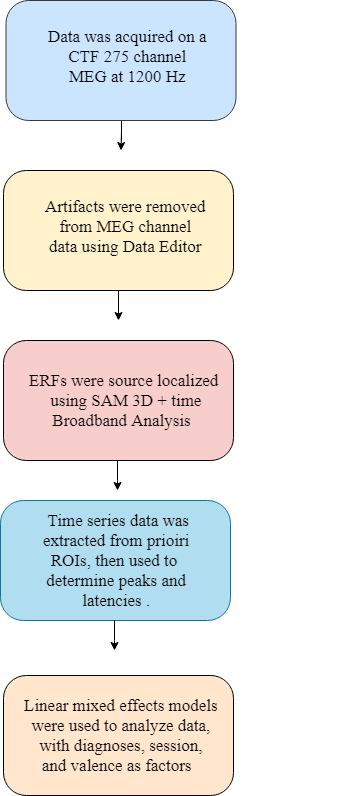
The draw.io diagram Methods_Flowchart.png in linneasf/jupyter, before a commit. Source tidied: cells renumbered, new cells last; positions are measured from the earlier drawing's top-left corner, leaving out a move shared by most shapes. Source of this version:
```xml
<mxGraphModel>
  <root>
    <mxCell id="0" />
    <mxCell id="1" parent="0" />
    <mxCell id="2" style="group;" parent="1" vertex="1">
      <mxGeometry width="353" height="795" as="geometry" />
    </mxCell>
    <mxCell id="3" style="group;" parent="2" vertex="1">
      <mxGeometry x="3" y="675" width="245" height="120" as="geometry" />
    </mxCell>
    <mxCell id="4" style="rounded=1;fillColor=#ffe6cc;strokeColor=#000000;arcSize=19;whiteSpace=wrap;html=1;" parent="3" vertex="1">
      <mxGeometry width="230" height="120" as="geometry" />
    </mxCell>
    <mxCell id="5" value="&lt;span style=&quot;font-size: 17px&quot;&gt;Linear mixed effects models &lt;br&gt;were used to analyze data, &lt;br&gt;with diagnoses, session, &lt;br&gt;and valence as factors&amp;nbsp; &amp;nbsp;&lt;/span&gt;" style="text;html=1;align=center;verticalAlign=middle;fillColor=none;strokeColor=none;rounded=0;fontFamily=Maple;" parent="3" vertex="1">
      <mxGeometry x="15" y="25" width="210" height="70" as="geometry" />
    </mxCell>
    <mxCell id="6" style="group;" parent="2" vertex="1">
      <mxGeometry x="3" y="170" width="230" height="150" as="geometry" />
    </mxCell>
    <mxCell id="7" style="edgeStyle=orthogonalEdgeStyle;rounded=0;jettySize=auto;html=1;" parent="6" edge="1" source="9">
      <mxGeometry relative="1" as="geometry">
        <mxPoint x="115" y="150" as="targetPoint" />
      </mxGeometry>
    </mxCell>
    <mxCell id="8" style="group;" parent="6" vertex="1">
      <mxGeometry width="230" height="120" as="geometry" />
    </mxCell>
    <mxCell id="9" style="rounded=1;fillColor=#fff2cc;strokeColor=#000000;arcSize=19;whiteSpace=wrap;html=1;" parent="8" vertex="1">
      <mxGeometry width="230" height="120" as="geometry" />
    </mxCell>
    <mxCell id="10" value="&lt;div style=&quot;text-align: center&quot;&gt;&lt;span style=&quot;font-size: 17px ; font-family: &amp;#34;maple&amp;#34;&quot;&gt;Artifacts were removed&lt;/span&gt;&lt;/div&gt;&lt;div style=&quot;text-align: center&quot;&gt;&lt;span style=&quot;font-size: 17px ; font-family: &amp;#34;maple&amp;#34;&quot;&gt;&amp;nbsp;from&amp;nbsp;&lt;/span&gt;&lt;span style=&quot;font-size: 17px ; font-family: &amp;#34;maple&amp;#34;&quot;&gt;MEG&amp;nbsp;&lt;/span&gt;&lt;span style=&quot;font-family: &amp;#34;maple&amp;#34; ; font-size: 17px&quot;&gt;channel&amp;nbsp;&lt;/span&gt;&lt;/div&gt;&lt;div style=&quot;text-align: center&quot;&gt;&lt;span style=&quot;font-family: &amp;#34;maple&amp;#34; ; font-size: 17px&quot;&gt;data&amp;nbsp;&lt;/span&gt;&lt;span style=&quot;font-size: 17px ; font-family: &amp;#34;maple&amp;#34;&quot;&gt;using&amp;nbsp;&lt;/span&gt;&lt;span style=&quot;font-size: 17px ; font-family: &amp;#34;maple&amp;#34;&quot;&gt;Data Editor&lt;/span&gt;&lt;/div&gt;" style="text;html=1;" parent="8" vertex="1">
      <mxGeometry x="40" y="20" width="160" height="65" as="geometry" />
    </mxCell>
    <mxCell id="11" style="group;" parent="2" vertex="1">
      <mxGeometry x="5.5" width="230" height="150" as="geometry" />
    </mxCell>
    <mxCell id="12" style="edgeStyle=orthogonalEdgeStyle;rounded=0;jettySize=auto;html=1;" parent="11" edge="1" source="14">
      <mxGeometry relative="1" as="geometry">
        <mxPoint x="115" y="150" as="targetPoint" />
      </mxGeometry>
    </mxCell>
    <mxCell id="13" style="group;fillColor=none;strokeColor=none;gradientColor=#7ea6e0;" parent="11" vertex="1">
      <mxGeometry width="230" height="120" as="geometry" />
    </mxCell>
    <mxCell id="14" style="rounded=1;fillColor=#cce5ff;strokeColor=#36393d;arcSize=19;whiteSpace=wrap;html=1;" parent="13" vertex="1">
      <mxGeometry width="230" height="120" as="geometry" />
    </mxCell>
    <mxCell id="15" value="&lt;div style=&quot;text-align: center&quot;&gt;&lt;font face=&quot;maple&quot;&gt;&lt;span style=&quot;font-size: 17px&quot;&gt;Data was acquired on a&amp;nbsp;&lt;/span&gt;&lt;/font&gt;&lt;/div&gt;&lt;div style=&quot;text-align: center&quot;&gt;&lt;font face=&quot;maple&quot;&gt;&lt;span style=&quot;font-size: 17px&quot;&gt;CTF 275 channel&amp;nbsp;&lt;/span&gt;&lt;/font&gt;&lt;/div&gt;&lt;div style=&quot;text-align: center&quot;&gt;&lt;font face=&quot;maple&quot;&gt;&lt;span style=&quot;font-size: 17px&quot;&gt;MEG at 1200 Hz&amp;nbsp;&lt;/span&gt;&lt;/font&gt;&lt;/div&gt;" style="text;html=1;" parent="13" vertex="1">
      <mxGeometry x="40" y="20" width="160" height="65" as="geometry" />
    </mxCell>
    <mxCell id="16" style="group;" parent="2" vertex="1">
      <mxGeometry x="3" y="340" width="235" height="140" as="geometry" />
    </mxCell>
    <mxCell id="17" style="group;" parent="16" vertex="1">
      <mxGeometry width="235" height="120" as="geometry" />
    </mxCell>
    <mxCell id="18" style="rounded=1;fillColor=#f8cecc;strokeColor=#000000;arcSize=19;whiteSpace=wrap;html=1;" parent="17" vertex="1">
      <mxGeometry width="230" height="120" as="geometry" />
    </mxCell>
    <mxCell id="19" value="&lt;font style=&quot;font-size: 17px&quot;&gt;ERFs were source localized &lt;br&gt;using SAM 3D + time&lt;br&gt;Broadband Analysis&lt;font face=&quot;Garamond&quot; style=&quot;font-size: 17px&quot;&gt;&amp;nbsp;&amp;nbsp;&lt;/font&gt;&lt;/font&gt;" style="text;html=1;align=center;verticalAlign=middle;fillColor=none;strokeColor=none;rounded=0;fontFamily=Maple;" parent="17" vertex="1">
      <mxGeometry x="17.5" y="35" width="210" height="50" as="geometry" />
    </mxCell>
    <mxCell id="20" style="edgeStyle=orthogonalEdgeStyle;rounded=0;orthogonalLoop=1;jettySize=auto;html=1;" parent="16" edge="1">
      <mxGeometry relative="1" as="geometry">
        <mxPoint x="114" y="120" as="sourcePoint" />
        <mxPoint x="114" y="150" as="targetPoint" />
        <Array as="points">
          <mxPoint x="114" y="140" />
          <mxPoint x="114" y="140" />
        </Array>
      </mxGeometry>
    </mxCell>
    <mxCell id="21" style="group;fillColor=none;strokeColor=none;" parent="2" vertex="1">
      <mxGeometry y="500" width="353" height="120" as="geometry" />
    </mxCell>
    <mxCell id="22" style="rounded=1;fillColor=#b1ddf0;strokeColor=#10739e;arcSize=19;whiteSpace=wrap;html=1;" parent="21" vertex="1">
      <mxGeometry width="230" height="120" as="geometry" />
    </mxCell>
    <mxCell id="23" value="&lt;font style=&quot;font-size: 17px&quot;&gt;&amp;nbsp;Time series data was &lt;br&gt;extracted from prioiri &lt;br&gt;ROIs, then used to&amp;nbsp;&amp;nbsp;&lt;br&gt;determine peaks and &lt;br&gt;latencies .&amp;nbsp;&lt;/font&gt;" style="text;html=1;align=center;verticalAlign=middle;fillColor=none;strokeColor=none;rounded=0;fontFamily=mapel;" parent="21" vertex="1">
      <mxGeometry x="33" y="20" width="170" height="80" as="geometry" />
    </mxCell>
    <mxCell id="24" style="edgeStyle=orthogonalEdgeStyle;rounded=0;orthogonalLoop=1;jettySize=auto;html=1;" parent="2" edge="1">
      <mxGeometry relative="1" as="geometry">
        <mxPoint x="114" y="620" as="sourcePoint" />
        <mxPoint x="114" y="650" as="targetPoint" />
        <Array as="points">
          <mxPoint x="114" y="640" />
          <mxPoint x="114" y="640" />
        </Array>
      </mxGeometry>
    </mxCell>
  </root>
</mxGraphModel>
```
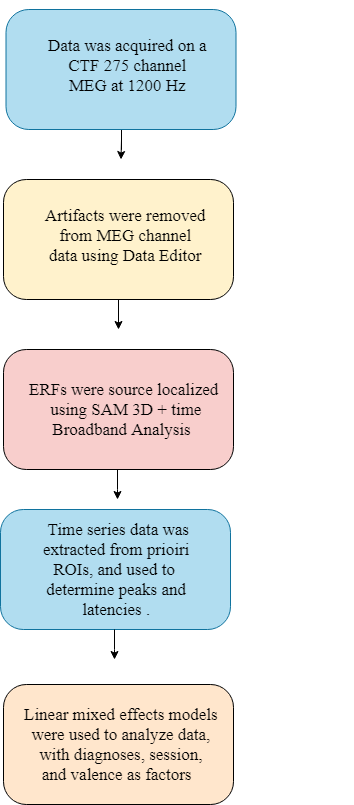
Above is the later version.

The edit, as a diff of the source:
```diff
@@ -39,13 +39,10 @@
         <mxPoint x="115" y="150" as="targetPoint" />
       </mxGeometry>
     </mxCell>
-    <mxCell id="13" style="group;fillColor=none;strokeColor=none;gradientColor=#7ea6e0;" parent="11" vertex="1">
-      <mxGeometry width="230" height="120" as="geometry" />
-    </mxCell>
-    <mxCell id="14" style="rounded=1;fillColor=#cce5ff;strokeColor=#36393d;arcSize=19;whiteSpace=wrap;html=1;" parent="13" vertex="1">
+    <mxCell id="14" value="&lt;br&gt;&lt;br&gt;&lt;br&gt;&lt;br&gt;&lt;br&gt;&lt;br&gt;&lt;br&gt;&lt;br&gt;&lt;br&gt;&lt;br&gt;" style="rounded=1;fillColor=#b1ddf0;strokeColor=#10739e;arcSize=19;whiteSpace=wrap;html=1;" parent="11" vertex="1">
       <mxGeometry width="230" height="120" as="geometry" />
     </mxCell>
-    <mxCell id="15" value="&lt;div style=&quot;text-align: center&quot;&gt;&lt;font face=&quot;maple&quot;&gt;&lt;span style=&quot;font-size: 17px&quot;&gt;Data was acquired on a&amp;nbsp;&lt;/span&gt;&lt;/font&gt;&lt;/div&gt;&lt;div style=&quot;text-align: center&quot;&gt;&lt;font face=&quot;maple&quot;&gt;&lt;span style=&quot;font-size: 17px&quot;&gt;CTF 275 channel&amp;nbsp;&lt;/span&gt;&lt;/font&gt;&lt;/div&gt;&lt;div style=&quot;text-align: center&quot;&gt;&lt;font face=&quot;maple&quot;&gt;&lt;span style=&quot;font-size: 17px&quot;&gt;MEG at 1200 Hz&amp;nbsp;&lt;/span&gt;&lt;/font&gt;&lt;/div&gt;" style="text;html=1;" parent="13" vertex="1">
+    <mxCell id="15" value="&lt;div style=&quot;text-align: center&quot;&gt;&lt;font face=&quot;maple&quot;&gt;&lt;span style=&quot;font-size: 17px&quot;&gt;Data was acquired on a&amp;nbsp;&lt;/span&gt;&lt;/font&gt;&lt;/div&gt;&lt;div style=&quot;text-align: center&quot;&gt;&lt;font face=&quot;maple&quot;&gt;&lt;span style=&quot;font-size: 17px&quot;&gt;CTF 275 channel&amp;nbsp;&lt;/span&gt;&lt;/font&gt;&lt;/div&gt;&lt;div style=&quot;text-align: center&quot;&gt;&lt;font face=&quot;maple&quot;&gt;&lt;span style=&quot;font-size: 17px&quot;&gt;MEG at 1200 Hz&amp;nbsp;&lt;/span&gt;&lt;/font&gt;&lt;/div&gt;" style="text;html=1;" parent="11" vertex="1">
       <mxGeometry x="40" y="20" width="160" height="65" as="geometry" />
     </mxCell>
     <mxCell id="16" style="group;" parent="2" vertex="1">
@@ -76,7 +73,7 @@
     <mxCell id="22" style="rounded=1;fillColor=#b1ddf0;strokeColor=#10739e;arcSize=19;whiteSpace=wrap;html=1;" parent="21" vertex="1">
       <mxGeometry width="230" height="120" as="geometry" />
     </mxCell>
-    <mxCell id="23" value="&lt;font style=&quot;font-size: 17px&quot;&gt;&amp;nbsp;Time series data was &lt;br&gt;extracted from prioiri &lt;br&gt;ROIs, then used to&amp;nbsp;&amp;nbsp;&lt;br&gt;determine peaks and &lt;br&gt;latencies .&amp;nbsp;&lt;/font&gt;" style="text;html=1;align=center;verticalAlign=middle;fillColor=none;strokeColor=none;rounded=0;fontFamily=mapel;" parent="21" vertex="1">
+    <mxCell id="23" value="&lt;font style=&quot;font-size: 17px&quot;&gt;&amp;nbsp;Time series data was &lt;br&gt;extracted from prioiri &lt;br&gt;ROIs, and used to&amp;nbsp;&amp;nbsp;&lt;br&gt;determine peaks and &lt;br&gt;latencies .&amp;nbsp;&lt;/font&gt;" style="text;html=1;align=center;verticalAlign=middle;fillColor=none;strokeColor=none;rounded=0;fontFamily=mapel;" parent="21" vertex="1">
       <mxGeometry x="33" y="20" width="170" height="80" as="geometry" />
     </mxCell>
     <mxCell id="24" style="edgeStyle=orthogonalEdgeStyle;rounded=0;orthogonalLoop=1;jettySize=auto;html=1;" parent="2" edge="1">
```
